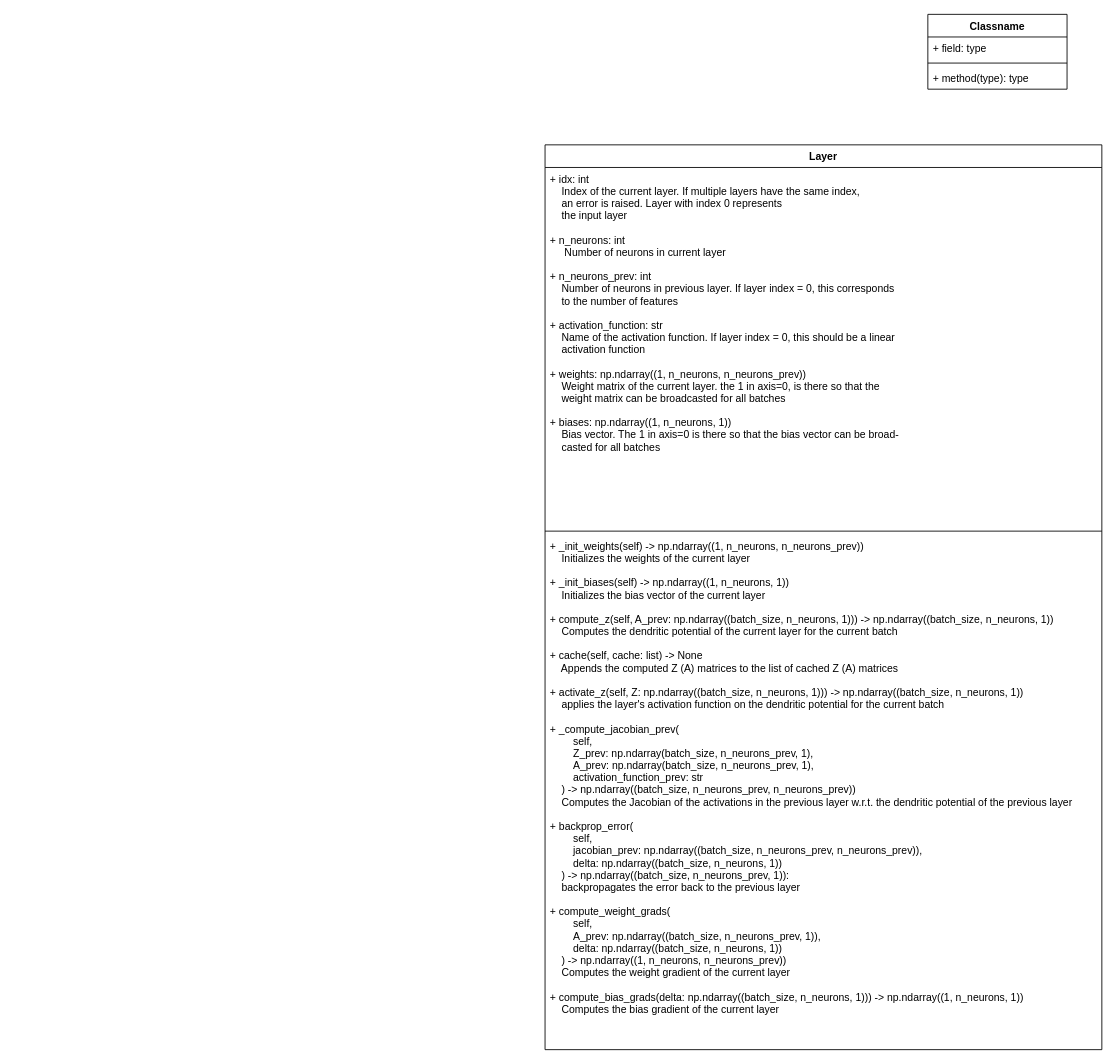
The draw.io diagram page "classes" (2 of 2) of theory/implementation.drawio in kevinsuedmersen/neural_networks_from_scratch, before the edit. Source tidied: cells renumbered, new cells numbered last; positions are measured from the earlier drawing's top-left corner, leaving out a move shared by most shapes. Both pictures are drawn from the tidied source at 87%, with x=0, y=0 at pixel (545, 14).
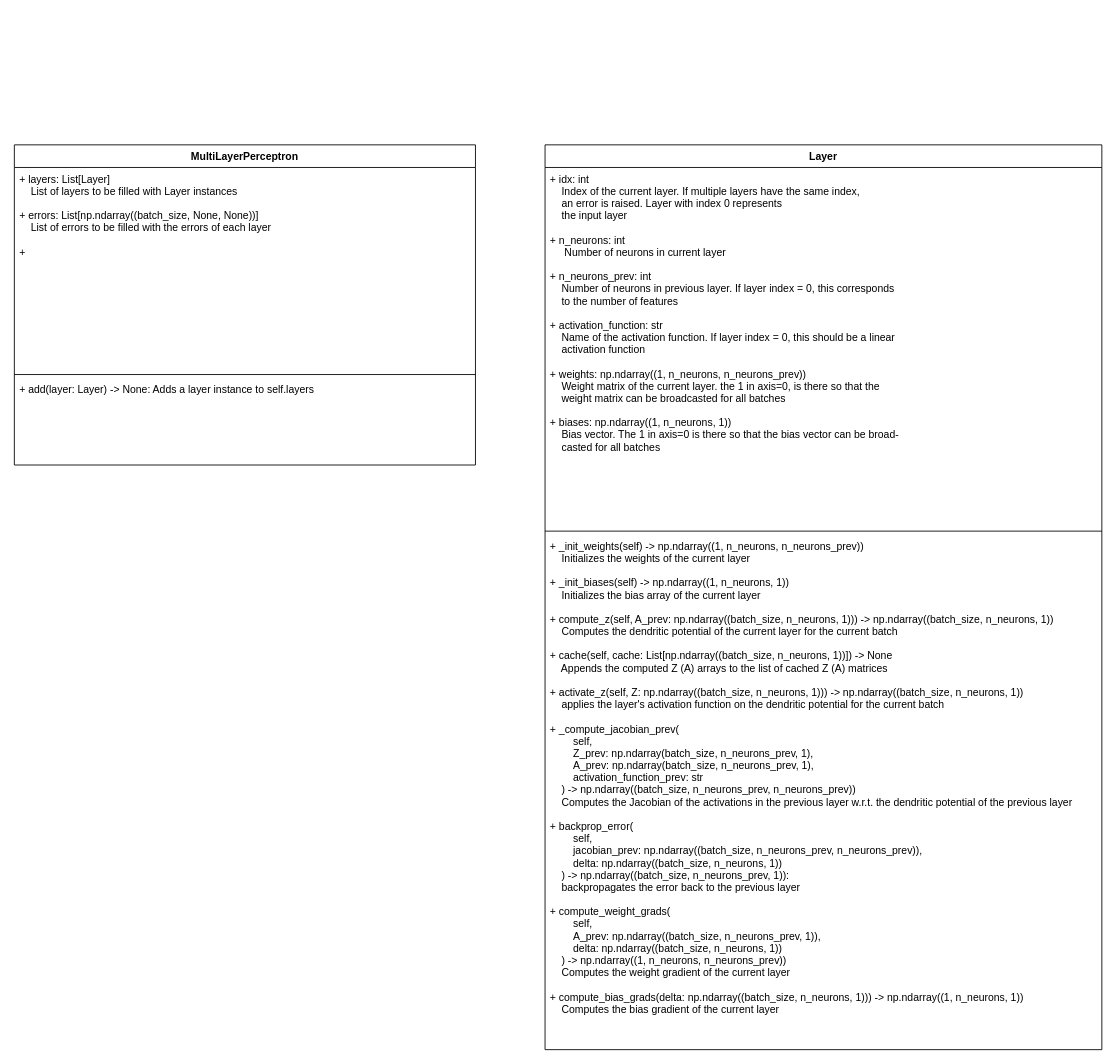
After the change.

Commit message:
WIP adding MultiLayerPerceptron class diagram

The edit, as a diff of the source:
```diff
@@
 <mxGraphModel>
   <root>
     <mxCell id="0" />
     <mxCell id="1" parent="0" />
     <mxCell id="2" value="Layer" style="swimlane;fontStyle=1;align=center;verticalAlign=top;horizontal=1;startSize=26;" parent="1" vertex="1">
       <mxGeometry y="150" width="640" height="1040" as="geometry" />
     </mxCell>
     <mxCell id="3" value="+ idx: int&#10;    Index of the current layer. If multiple layers have the same index,&#10;    an error is raised. Layer with index 0 represents&#10;    the input layer&#10;&#10;+ n_neurons: int &#10;     Number of neurons in current layer&#10;&#10;+ n_neurons_prev: int  &#10;    Number of neurons in previous layer. If layer index = 0, this corresponds&#10;    to the number of features&#10;&#10;+ activation_function: str  &#10;    Name of the activation function. If layer index = 0, this should be a linear&#10;    activation function&#10;&#10;+ weights: np.ndarray((1, n_neurons, n_neurons_prev)) &#10;    Weight matrix of the current layer. the 1 in axis=0, is there so that the &#10;    weight matrix can be broadcasted for all batches&#10;&#10;+ biases: np.ndarray((1, n_neurons, 1))  &#10;    Bias vector. The 1 in axis=0 is there so that the bias vector can be broad-&#10;    casted for all batches" style="text;strokeColor=none;fillColor=none;align=left;verticalAlign=top;spacingLeft=4;spacingRight=4;overflow=hidden;" parent="2" vertex="1">
       <mxGeometry y="26" width="640" height="414" as="geometry" />
     </mxCell>
     <mxCell id="4" style="line;strokeWidth=1;fillColor=none;align=left;verticalAlign=middle;spacingTop=-1;spacingLeft=3;spacingRight=3;labelPosition=right;" parent="2" vertex="1">
       <mxGeometry y="440" width="640" height="8" as="geometry" />
     </mxCell>
-    <mxCell id="5" value="+ _init_weights(self) -&gt; np.ndarray((1, n_neurons, n_neurons_prev))&#10;    Initializes the weights of the current layer&#10;&#10;+ _init_biases(self) -&gt; np.ndarray((1, n_neurons, 1))&#10;    Initializes the bias vector of the current layer&#10;&#10;+ compute_z(self, A_prev: np.ndarray((batch_size, n_neurons, 1))) -&gt; np.ndarray((batch_size, n_neurons, 1))  &#10;    Computes the dendritic potential of the current layer for the current batch&#10;&#10;+ cache(self, cache: list) -&gt; None&#10;    Appends the computed Z (A) matrices to the list of cached Z (A) matrices&#10;&#10;+ activate_z(self, Z: np.ndarray((batch_size, n_neurons, 1))) -&gt; np.ndarray((batch_size, n_neurons, 1))&#10;    applies the layer's activation function on the dendritic potential for the current batch&#10;&#10;+ _compute_jacobian_prev(&#10;        self, &#10;        Z_prev: np.ndarray(batch_size, n_neurons_prev, 1), &#10;        A_prev: np.ndarray(batch_size, n_neurons_prev, 1), &#10;        activation_function_prev: str&#10;    ) -&gt; np.ndarray((batch_size, n_neurons_prev, n_neurons_prev))&#10;    Computes the Jacobian of the activations in the previous layer w.r.t. the dendritic potential of the previous layer&#10;&#10;+ backprop_error(&#10;        self, &#10;        jacobian_prev: np.ndarray((batch_size, n_neurons_prev, n_neurons_prev)), &#10;        delta: np.ndarray((batch_size, n_neurons, 1))&#10;    ) -&gt; np.ndarray((batch_size, n_neurons_prev, 1)):&#10;    backpropagates the error back to the previous layer&#10;&#10;+ compute_weight_grads(&#10;        self, &#10;        A_prev: np.ndarray((batch_size, n_neurons_prev, 1)), &#10;        delta: np.ndarray((batch_size, n_neurons, 1))&#10;    ) -&gt; np.ndarray((1, n_neurons, n_neurons_prev))&#10;    Computes the weight gradient of the current layer&#10;&#10;+ compute_bias_grads(delta: np.ndarray((batch_size, n_neurons, 1))) -&gt; np.ndarray((1, n_neurons, 1))&#10;    Computes the bias gradient of the current layer" style="text;strokeColor=none;fillColor=none;align=left;verticalAlign=top;spacingLeft=4;spacingRight=4;overflow=hidden;" parent="2" vertex="1">
+    <mxCell id="5" value="+ _init_weights(self) -&gt; np.ndarray((1, n_neurons, n_neurons_prev))&#10;    Initializes the weights of the current layer&#10;&#10;+ _init_biases(self) -&gt; np.ndarray((1, n_neurons, 1))&#10;    Initializes the bias array of the current layer&#10;&#10;+ compute_z(self, A_prev: np.ndarray((batch_size, n_neurons, 1))) -&gt; np.ndarray((batch_size, n_neurons, 1))  &#10;    Computes the dendritic potential of the current layer for the current batch&#10;&#10;+ cache(self, cache: List[np.ndarray((batch_size, n_neurons, 1))]) -&gt; None&#10;    Appends the computed Z (A) arrays to the list of cached Z (A) matrices&#10;&#10;+ activate_z(self, Z: np.ndarray((batch_size, n_neurons, 1))) -&gt; np.ndarray((batch_size, n_neurons, 1))&#10;    applies the layer's activation function on the dendritic potential for the current batch&#10;&#10;+ _compute_jacobian_prev(&#10;        self, &#10;        Z_prev: np.ndarray(batch_size, n_neurons_prev, 1), &#10;        A_prev: np.ndarray(batch_size, n_neurons_prev, 1), &#10;        activation_function_prev: str&#10;    ) -&gt; np.ndarray((batch_size, n_neurons_prev, n_neurons_prev))&#10;    Computes the Jacobian of the activations in the previous layer w.r.t. the dendritic potential of the previous layer&#10;&#10;+ backprop_error(&#10;        self, &#10;        jacobian_prev: np.ndarray((batch_size, n_neurons_prev, n_neurons_prev)), &#10;        delta: np.ndarray((batch_size, n_neurons, 1))&#10;    ) -&gt; np.ndarray((batch_size, n_neurons_prev, 1)):&#10;    backpropagates the error back to the previous layer&#10;&#10;+ compute_weight_grads(&#10;        self, &#10;        A_prev: np.ndarray((batch_size, n_neurons_prev, 1)), &#10;        delta: np.ndarray((batch_size, n_neurons, 1))&#10;    ) -&gt; np.ndarray((1, n_neurons, n_neurons_prev))&#10;    Computes the weight gradient of the current layer&#10;&#10;+ compute_bias_grads(delta: np.ndarray((batch_size, n_neurons, 1))) -&gt; np.ndarray((1, n_neurons, 1))&#10;    Computes the bias gradient of the current layer" style="text;strokeColor=none;fillColor=none;align=left;verticalAlign=top;spacingLeft=4;spacingRight=4;overflow=hidden;" parent="2" vertex="1">
       <mxGeometry y="448" width="640" height="592" as="geometry" />
     </mxCell>
-    <mxCell id="6" value="Classname" style="swimlane;fontStyle=1;align=center;verticalAlign=top;horizontal=1;startSize=26;" parent="1" vertex="1">
-      <mxGeometry x="440" width="160" height="86" as="geometry" />
+    <mxCell id="6" value="MultiLayerPerceptron" style="swimlane;fontStyle=1;align=center;verticalAlign=top;horizontal=1;startSize=26;" parent="1" vertex="1">
+      <mxGeometry x="-610" y="150" width="530" height="368" as="geometry" />
     </mxCell>
-    <mxCell id="7" value="+ field: type" style="text;strokeColor=none;fillColor=none;align=left;verticalAlign=top;spacingLeft=4;spacingRight=4;overflow=hidden;" parent="6" vertex="1">
-      <mxGeometry y="26" width="160" height="26" as="geometry" />
+    <mxCell id="7" value="+ layers: List[Layer]&#10;    List of layers to be filled with Layer instances&#10;&#10;+ errors: List[np.ndarray((batch_size, None, None))]&#10;    List of errors to be filled with the errors of each layer&#10;&#10;+ " style="text;strokeColor=none;fillColor=none;align=left;verticalAlign=top;spacingLeft=4;spacingRight=4;overflow=hidden;" parent="6" vertex="1">
+      <mxGeometry y="26" width="530" height="234" as="geometry" />
     </mxCell>
     <mxCell id="8" style="line;strokeWidth=1;fillColor=none;align=left;verticalAlign=middle;spacingTop=-1;spacingLeft=3;spacingRight=3;labelPosition=right;" parent="6" vertex="1">
-      <mxGeometry y="52" width="160" height="8" as="geometry" />
+      <mxGeometry y="260" width="530" height="8" as="geometry" />
     </mxCell>
-    <mxCell id="9" value="+ method(type): type" style="text;strokeColor=none;fillColor=none;align=left;verticalAlign=top;spacingLeft=4;spacingRight=4;overflow=hidden;" parent="6" vertex="1">
-      <mxGeometry y="60" width="160" height="26" as="geometry" />
+    <mxCell id="9" value="+ add(layer: Layer) -&gt; None: Adds a layer instance to self.layers" style="text;strokeColor=none;fillColor=none;align=left;verticalAlign=top;spacingLeft=4;spacingRight=4;overflow=hidden;" parent="6" vertex="1">
+      <mxGeometry y="268" width="530" height="100" as="geometry" />
     </mxCell>
   </root>
 </mxGraphModel>
```
